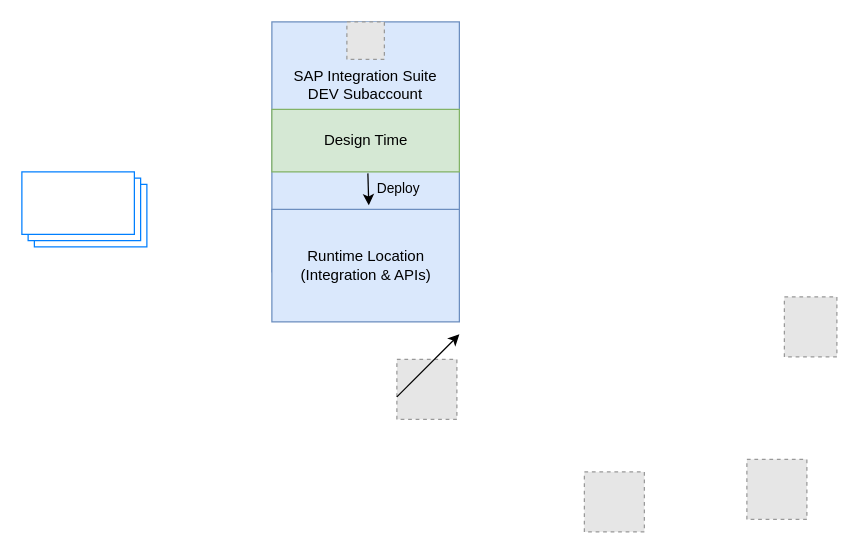
The draw.io diagram IS Arch -1.drawio in jklingelhoefer/sap-btp-diagrams, before the edit. Source tidied: cells renumbered, new cells numbered last; positions are measured from the earlier drawing's top-left corner, leaving out a move shared by most shapes. Both pictures are drawn from the tidied source at 125%, with x=0, y=0 at pixel (21, 21). Pictures stored in the file or linked from it are replaced by grey dashed boxes.
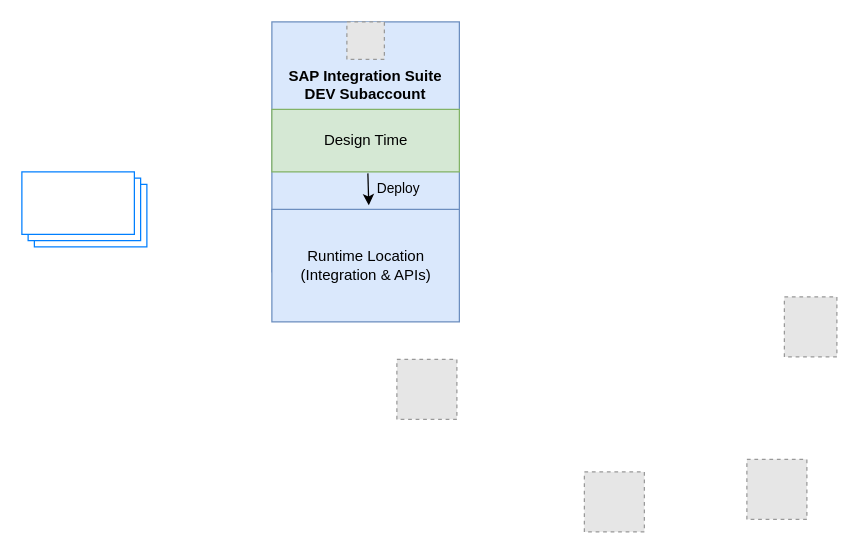
The same page after the edit.

What changed in the source:
```diff
@@
 <mxGraphModel>
   <root>
     <mxCell id="0" />
     <mxCell id="1" parent="0" />
     <mxCell id="2" style="fillColor=#E6E6E6;strokeColor=#999999;dashed=1;verticalLabelPosition=bottom;verticalAlign=top;" parent="1" vertex="1">
       <mxGeometry x="580" y="350" width="48" height="48" as="geometry" />
     </mxCell>
     <mxCell id="3" style="fillColor=#E6E6E6;strokeColor=#999999;dashed=1;verticalLabelPosition=bottom;verticalAlign=top;" parent="1" vertex="1">
       <mxGeometry x="300" y="270" width="48" height="48" as="geometry" />
     </mxCell>
     <mxCell id="4" style="fillColor=#E6E6E6;strokeColor=#999999;dashed=1;verticalLabelPosition=bottom;verticalAlign=top;" parent="1" vertex="1">
       <mxGeometry x="450" y="360" width="48" height="48" as="geometry" />
     </mxCell>
     <mxCell id="5" style="fillColor=#E6E6E6;strokeColor=#999999;dashed=1;verticalLabelPosition=bottom;verticalAlign=top;" parent="1" vertex="1">
       <mxGeometry x="610" y="220" width="42" height="48" as="geometry" />
     </mxCell>
     <mxCell id="6" style="verticalLabelPosition=bottom;verticalAlign=top;html=1;shape=mxgraph.basic.layered_rect;dx=10;whiteSpace=wrap;strokeColor=#007FFF;" parent="1" vertex="1">
       <mxGeometry y="120" width="100" height="60" as="geometry" />
     </mxCell>
     <mxCell id="7" style="verticalLabelPosition=bottom;verticalAlign=top;html=1;shape=mxgraph.basic.rect;fillColor2=none;strokeWidth=1;size=20;indent=5;fillColor=#dae8fc;strokeColor=#6c8ebf;" parent="1" vertex="1">
       <mxGeometry x="200" width="150" height="200" as="geometry" />
     </mxCell>
-    <mxCell id="8" value="SAP Integration Suite&#10;DEV Subaccount" style="fillColor=#E6E6E6;strokeColor=#999999;dashed=1;verticalLabelPosition=bottom;verticalAlign=top;" parent="1" vertex="1">
+    <mxCell id="8" value="SAP Integration Suite&#10;DEV Subaccount" style="fillColor=#E6E6E6;strokeColor=#999999;dashed=1;verticalLabelPosition=bottom;verticalAlign=top;fontStyle=1;" parent="1" vertex="1">
       <mxGeometry x="260" width="30" height="30" as="geometry" />
     </mxCell>
     <mxCell id="9" value="Design Time" style="verticalLabelPosition=middle;verticalAlign=middle;html=1;shape=mxgraph.basic.rect;fillColor2=none;strokeWidth=1;size=20;indent=5;align=center;fillColor=#d5e8d4;strokeColor=#82b366;labelPosition=center;" parent="1" vertex="1">
       <mxGeometry x="200" y="70" width="150" height="50" as="geometry" />
     </mxCell>
     <mxCell id="10" value="Runtime Location&lt;div&gt;(Integration &amp;amp; APIs)&lt;/div&gt;" style="verticalLabelPosition=middle;verticalAlign=middle;html=1;shape=mxgraph.basic.rect;fillColor2=none;strokeWidth=1;size=20;indent=5;fillColor=#dae8fc;strokeColor=#6c8ebf;labelPosition=center;align=center;" parent="1" vertex="1">
       <mxGeometry x="200" y="150" width="150" height="90" as="geometry" />
     </mxCell>
-    <mxCell id="11" style="endArrow=classic;html=1;rounded=0;" parent="1" edge="1">
-      <mxGeometry relative="1" as="geometry">
-        <mxPoint x="300" y="300" as="sourcePoint" />
-        <mxPoint x="350" y="250" as="targetPoint" />
-      </mxGeometry>
-    </mxCell>
     <mxCell id="12" style="endArrow=classic;html=1;rounded=0;entryX=0.517;entryY=-0.036;entryDx=0;entryDy=0;entryPerimeter=0;exitX=0.512;exitY=1.024;exitDx=0;exitDy=0;exitPerimeter=0;" parent="1" edge="1" source="9" target="10">
       <mxGeometry relative="1" as="geometry" />
     </mxCell>
     <mxCell id="13" value="Deploy" style="edgeLabel;html=1;align=center;verticalAlign=middle;labelBackgroundColor=none;" parent="12" vertex="1">
       <mxGeometry x="-0.22" y="4" relative="1" as="geometry">
         <mxPoint x="19" y="1" as="offset" />
       </mxGeometry>
     </mxCell>
   </root>
 </mxGraphModel>
```
